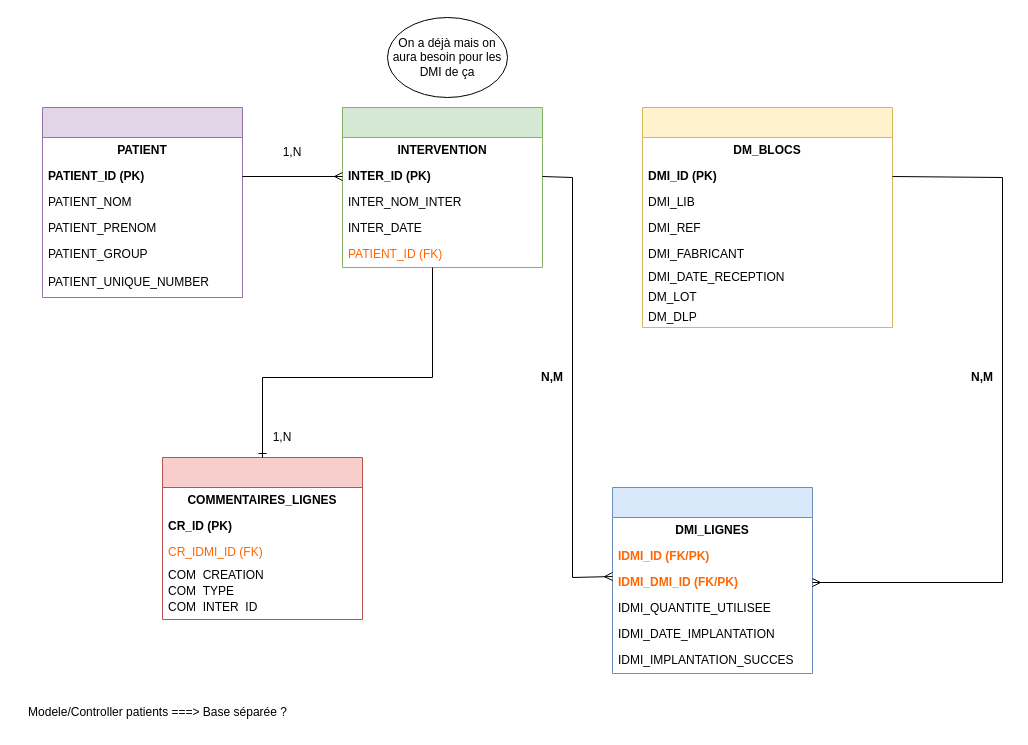
Earlier version of the draw.io diagram schema_reception.drawio (antikkorps/schema_reception). Source tidied: cells renumbered, new cells numbered last; positions are measured from the earlier drawing's top-left corner, leaving out a move shared by most shapes. Both pictures are drawn from the tidied source at 100%, with x=0, y=0 at pixel (17, 17).
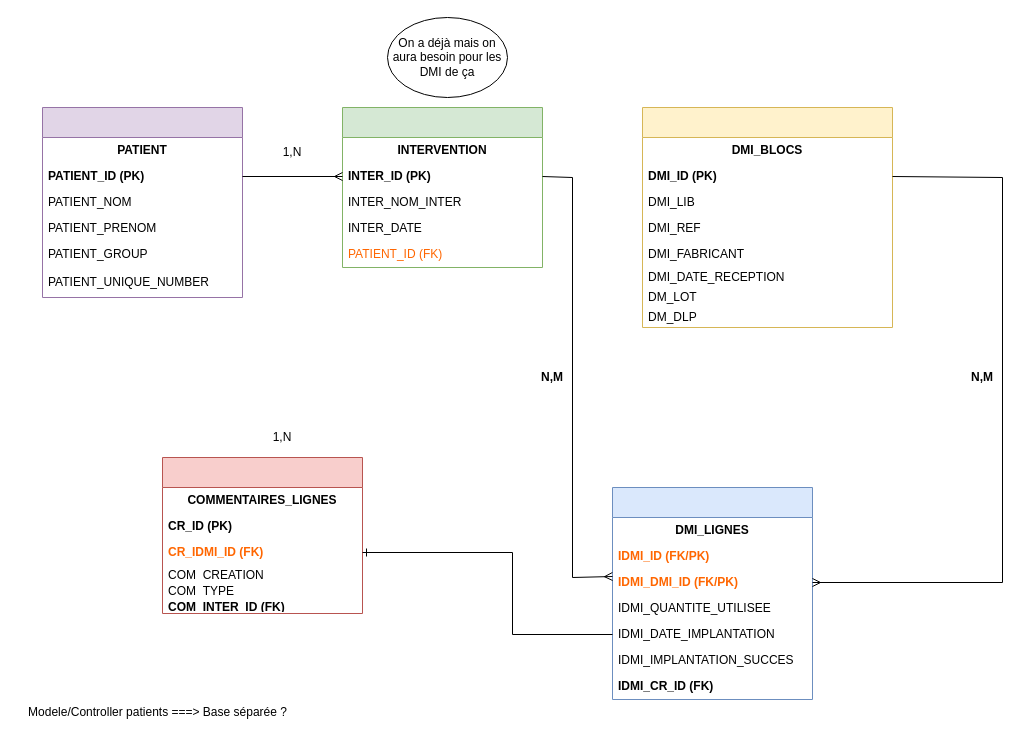
Above is the later version.

Commit message:
Mettre à jour schema_reception.drawio

The change refers to these unchanged cells:
```xml
<mxCell id="14" value="PATIENT_ID (FK)" style="text;strokeColor=none;fillColor=none;align=left;verticalAlign=middle;spacingLeft=4;spacingRight=4;overflow=hidden;points=[[0,0.5],[1,0.5]];portConstraint=eastwest;whiteSpace=wrap;html=1;fontColor=#FF6600;rounded=0;" parent="9" vertex="1">
  <mxGeometry y="134" width="200" height="26" as="geometry" />
</mxCell>
<mxCell id="15" style="swimlane;fontStyle=0;horizontal=1;startSize=30;whiteSpace=wrap;html=1;fillColor=#fff2cc;strokeColor=#d6b656;rounded=0;" parent="1" vertex="1">
  <mxGeometry x="625" y="90" width="250" height="220" as="geometry" />
</mxCell>
<mxCell id="37" value="IDMI_DATE_IMPLANTATION" style="text;strokeColor=none;fillColor=none;align=left;verticalAlign=middle;spacingLeft=4;spacingRight=4;overflow=hidden;points=[[0,0.5],[1,0.5]];portConstraint=eastwest;whiteSpace=wrap;html=1;rounded=0;" parent="32" vertex="1">
  <mxGeometry y="134" width="200" height="26" as="geometry" />
</mxCell>
```

The edit, as a diff of the source:
```diff
@@
-    <mxCell id="16" value="DM_BLOCS" style="text;strokeColor=none;fillColor=none;align=center;verticalAlign=middle;spacingLeft=4;spacingRight=4;overflow=hidden;whiteSpace=wrap;html=1;fontStyle=1;rounded=0;" parent="15" vertex="1">
+    <mxCell id="16" value="DMI_BLOCS" style="text;strokeColor=none;fillColor=none;align=center;verticalAlign=middle;spacingLeft=4;spacingRight=4;overflow=hidden;whiteSpace=wrap;html=1;fontStyle=1;rounded=0;" parent="15" vertex="1">
       <mxGeometry y="30" width="250" height="26" as="geometry" />
     </mxCell>
@@
     <mxCell id="24" style="swimlane;fontStyle=0;horizontal=1;startSize=30;whiteSpace=wrap;html=1;fillColor=#f8cecc;strokeColor=#b85450;rounded=0;" parent="1" vertex="1">
-      <mxGeometry x="145" y="440" width="200" height="162" as="geometry" />
+      <mxGeometry x="145" y="440" width="200" height="156" as="geometry" />
     </mxCell>
@@
-    <mxCell id="27" value="CR_IDMI_ID (FK)" style="text;strokeColor=none;fillColor=none;align=left;verticalAlign=middle;spacingLeft=4;spacingRight=4;overflow=hidden;points=[[0,0.5],[1,0.5]];portConstraint=eastwest;whiteSpace=wrap;html=1;fontColor=#FF6600;rounded=0;" parent="24" vertex="1">
+    <mxCell id="27" value="&lt;b&gt;CR_IDMI_ID (FK)&lt;/b&gt;" style="text;strokeColor=none;fillColor=none;align=left;verticalAlign=middle;spacingLeft=4;spacingRight=4;overflow=hidden;points=[[0,0.5],[1,0.5]];portConstraint=eastwest;whiteSpace=wrap;html=1;fontColor=#FF6600;rounded=0;" parent="24" vertex="1">
       <mxGeometry y="82" width="200" height="26" as="geometry" />
     </mxCell>
@@
-    <mxCell id="30" value="COM_INTER_ID" style="text;strokeColor=none;fillColor=none;align=left;verticalAlign=middle;spacingLeft=4;spacingRight=4;overflow=hidden;whiteSpace=wrap;html=1;rounded=0;" parent="24" vertex="1">
+    <mxCell id="30" value="&lt;font style=&quot;color: light-dark(rgb(0, 0, 0), rgb(255, 128, 0));&quot;&gt;&lt;b&gt;COM_INTER_ID (FK)&lt;/b&gt;&lt;/font&gt;" style="text;strokeColor=none;fillColor=none;align=left;verticalAlign=middle;spacingLeft=4;spacingRight=4;overflow=hidden;whiteSpace=wrap;html=1;rounded=0;" parent="24" vertex="1">
       <mxGeometry y="140" width="200" height="16" as="geometry" />
     </mxCell>
-    <mxCell id="31" style="text;strokeColor=none;fillColor=none;align=left;verticalAlign=middle;spacingLeft=4;spacingRight=4;overflow=hidden;whiteSpace=wrap;html=1;rounded=0;" parent="24" vertex="1">
-      <mxGeometry y="156" width="200" height="6" as="geometry" />
-    </mxCell>
     <mxCell id="32" style="swimlane;fontStyle=0;horizontal=1;startSize=30;whiteSpace=wrap;html=1;fillColor=#dae8fc;strokeColor=#6c8ebf;rounded=0;" parent="1" vertex="1">
-      <mxGeometry x="595" y="470" width="200" height="186" as="geometry" />
+      <mxGeometry x="595" y="470" width="200" height="212" as="geometry" />
     </mxCell>
@@
+    <mxCell id="49" value="&lt;font style=&quot;color: light-dark(rgb(0, 0, 0), rgb(255, 128, 0));&quot;&gt;&lt;b style=&quot;&quot;&gt;IDMI_CR_ID (FK)&lt;/b&gt;&lt;/font&gt;" style="text;strokeColor=none;fillColor=none;align=left;verticalAlign=middle;spacingLeft=4;spacingRight=4;overflow=hidden;whiteSpace=wrap;html=1;rounded=0;" parent="32" vertex="1">
+      <mxGeometry y="186" width="200" height="26" as="geometry" />
+    </mxCell>
@@
-    <mxCell id="41" style="endArrow=ERone;html=1;rounded=0;exitX=0.45;exitY=1;exitDx=0;exitDy=0;entryX=0.5;entryY=0;entryDx=0;entryDy=0;exitPerimeter=0;" parent="1" edge="1" source="14" target="24">
+    <mxCell id="41" style="endArrow=ERone;html=1;rounded=0;exitX=0;exitY=0.5;exitDx=0;exitDy=0;entryX=1;entryY=0.5;entryDx=0;entryDy=0;" parent="1" edge="1" source="37" target="27">
       <mxGeometry relative="1" as="geometry">
         <Array as="points">
-          <mxPoint x="415" y="360" />
-          <mxPoint x="245" y="360" />
+          <mxPoint x="495" y="617" />
+          <mxPoint x="495" y="535" />
         </Array>
       </mxGeometry>
     </mxCell>
```
